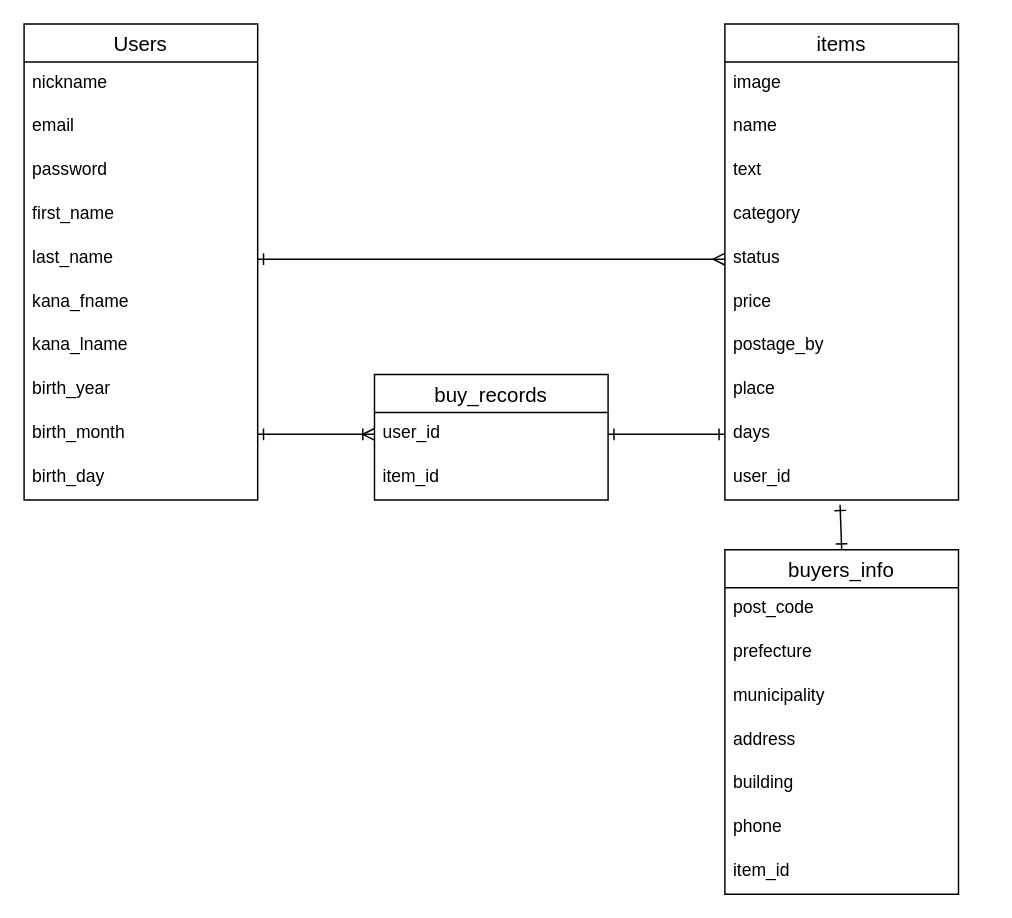
Above: ER.dio in minidebu/furima-37327 (draw.io), before the change. Source tidied: cells renumbered, new cells numbered last; positions are measured from the earlier drawing's top-left corner, leaving out a move shared by most shapes. Both pictures are drawn from the tidied source at 146%, with x=0, y=0 at pixel (23, 23).
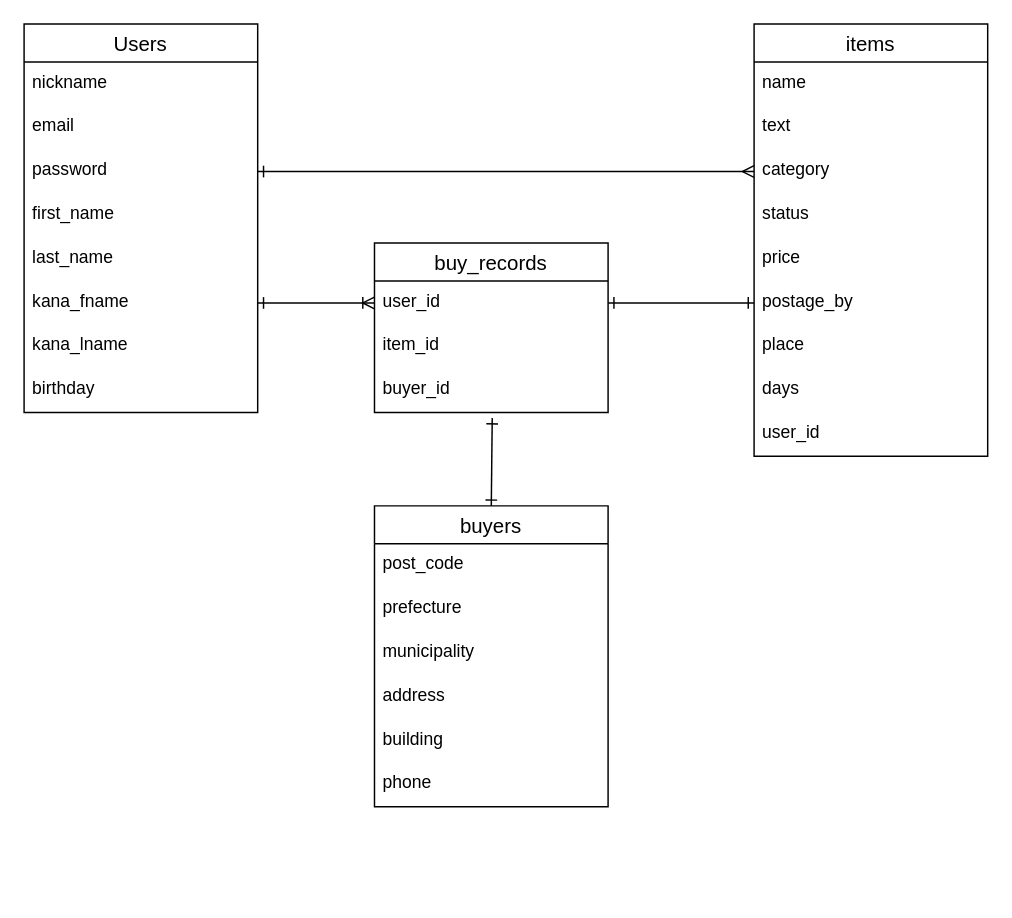
After the change.

Unchanged cells that the change refers to:
```xml
<mxCell id="5" value="password" style="text;strokeColor=none;fillColor=none;spacingLeft=4;spacingRight=4;overflow=hidden;points=[[0,0.5],[1,0.5]];portConstraint=eastwest;fontSize=12;" parent="2" vertex="1">
  <mxGeometry y="86" width="160" height="30" as="geometry" />
</mxCell>
<mxCell id="7" value="last_name" style="text;strokeColor=none;fillColor=none;spacingLeft=4;spacingRight=4;overflow=hidden;points=[[0,0.5],[1,0.5]];portConstraint=eastwest;fontSize=12;" parent="2" vertex="1">
  <mxGeometry y="146" width="160" height="30" as="geometry" />
</mxCell>
<mxCell id="8" value="kana_fname" style="text;strokeColor=none;fillColor=none;spacingLeft=4;spacingRight=4;overflow=hidden;points=[[0,0.5],[1,0.5]];portConstraint=eastwest;fontSize=12;" parent="2" vertex="1">
  <mxGeometry y="176" width="160" height="30" as="geometry" />
</mxCell>
<mxCell id="34" value="user_id" style="text;strokeColor=none;fillColor=none;spacingLeft=4;spacingRight=4;overflow=hidden;points=[[0,0.5],[1,0.5]];portConstraint=eastwest;fontSize=12;" parent="33" vertex="1">
  <mxGeometry y="26" width="160" height="30" as="geometry" />
</mxCell>
```

What changed in the source:
```diff
@@
     <mxCell id="2" value="Users" style="swimlane;fontStyle=0;horizontal=1;startSize=26;align=center;fontSize=14;" parent="1" vertex="1">
-      <mxGeometry width="160" height="326" as="geometry" />
+      <mxGeometry width="160" height="266" as="geometry" />
     </mxCell>
@@
-    <mxCell id="10" value="birth_year" style="text;strokeColor=none;fillColor=none;spacingLeft=4;spacingRight=4;overflow=hidden;fontSize=12;" parent="2" vertex="1">
+    <mxCell id="10" value="birthday" style="text;strokeColor=none;fillColor=none;spacingLeft=4;spacingRight=4;overflow=hidden;fontSize=12;" parent="2" vertex="1">
       <mxGeometry y="236" width="160" height="30" as="geometry" />
     </mxCell>
-    <mxCell id="11" value="birth_month" style="text;strokeColor=none;fillColor=none;spacingLeft=4;spacingRight=4;overflow=hidden;points=[[0,0.5],[1,0.5]];portConstraint=eastwest;fontSize=12;" parent="2" vertex="1">
-      <mxGeometry y="266" width="160" height="30" as="geometry" />
-    </mxCell>
-    <mxCell id="12" value="birth_day" style="text;strokeColor=none;fillColor=none;spacingLeft=4;spacingRight=4;overflow=hidden;fontSize=12;" parent="2" vertex="1">
-      <mxGeometry y="296" width="160" height="30" as="geometry" />
-    </mxCell>
-    <mxCell id="13" style="edgeStyle=none;html=1;exitX=0.5;exitY=0;exitDx=0;exitDy=0;entryX=0.493;entryY=1.107;entryDx=0;entryDy=0;entryPerimeter=0;startArrow=ERone;startFill=0;endArrow=ERone;endFill=0;" parent="1" edge="1" source="14" target="32">
-      <mxGeometry relative="1" as="geometry" />
-    </mxCell>
+    <mxCell id="39" style="edgeStyle=none;html=1;exitX=0.5;exitY=0;exitDx=0;exitDy=0;entryX=0.504;entryY=1.127;entryDx=0;entryDy=0;entryPerimeter=0;startArrow=ERone;startFill=0;endArrow=ERone;endFill=0;" parent="1" edge="1" source="14" target="40">
+      <mxGeometry relative="1" as="geometry" />
+    </mxCell>
-    <mxCell id="14" value="buyers_info" style="swimlane;fontStyle=0;horizontal=1;startSize=26;align=center;fontSize=14;" parent="1" vertex="1">
-      <mxGeometry x="480" y="360" width="160" height="236" as="geometry" />
+    <mxCell id="14" value="buyers" style="swimlane;fontStyle=0;horizontal=1;startSize=26;align=center;fontSize=14;" parent="1" vertex="1">
+      <mxGeometry x="240" y="330" width="160" height="206" as="geometry" />
     </mxCell>
@@
-    <mxCell id="21" value="item_id" style="text;strokeColor=none;fillColor=none;spacingLeft=4;spacingRight=4;overflow=hidden;fontSize=12;" parent="14" vertex="1">
-      <mxGeometry y="206" width="160" height="30" as="geometry" />
-    </mxCell>
     <mxCell id="22" value="items" style="swimlane;fontStyle=0;horizontal=1;startSize=26;align=center;fontSize=14;" parent="1" vertex="1">
-      <mxGeometry x="480" width="160" height="326" as="geometry" />
+      <mxGeometry x="500" width="160" height="296" as="geometry" />
     </mxCell>
-    <mxCell id="23" value="image" style="text;strokeColor=none;fillColor=none;spacingLeft=4;spacingRight=4;overflow=hidden;fontSize=12;" parent="22" vertex="1">
-      <mxGeometry y="26" width="160" height="30" as="geometry" />
-    </mxCell>
     <mxCell id="24" value="name" style="text;strokeColor=none;fillColor=none;spacingLeft=4;spacingRight=4;overflow=hidden;fontSize=12;" parent="22" vertex="1">
-      <mxGeometry y="56" width="160" height="30" as="geometry" />
+      <mxGeometry y="26" width="160" height="30" as="geometry" />
     </mxCell>
     <mxCell id="25" value="text" style="text;strokeColor=none;fillColor=none;spacingLeft=4;spacingRight=4;overflow=hidden;fontSize=12;" parent="22" vertex="1">
-      <mxGeometry y="86" width="160" height="30" as="geometry" />
+      <mxGeometry y="56" width="160" height="30" as="geometry" />
     </mxCell>
     <mxCell id="26" value="category" style="text;strokeColor=none;fillColor=none;spacingLeft=4;spacingRight=4;overflow=hidden;points=[[0,0.5],[1,0.5]];portConstraint=eastwest;fontSize=12;" parent="22" vertex="1">
-      <mxGeometry y="116" width="160" height="30" as="geometry" />
+      <mxGeometry y="86" width="160" height="30" as="geometry" />
     </mxCell>
     <mxCell id="27" value="status" style="text;strokeColor=none;fillColor=none;spacingLeft=4;spacingRight=4;overflow=hidden;points=[[0,0.5],[1,0.5]];portConstraint=eastwest;fontSize=12;" parent="22" vertex="1">
-      <mxGeometry y="146" width="160" height="30" as="geometry" />
+      <mxGeometry y="116" width="160" height="30" as="geometry" />
     </mxCell>
     <mxCell id="28" value="price" style="text;strokeColor=none;fillColor=none;spacingLeft=4;spacingRight=4;overflow=hidden;fontSize=12;" parent="22" vertex="1">
-      <mxGeometry y="176" width="160" height="30" as="geometry" />
+      <mxGeometry y="146" width="160" height="30" as="geometry" />
     </mxCell>
     <mxCell id="29" value="postage_by" style="text;strokeColor=none;fillColor=none;spacingLeft=4;spacingRight=4;overflow=hidden;points=[[0,0.5],[1,0.5]];portConstraint=eastwest;fontSize=12;" parent="22" vertex="1">
-      <mxGeometry y="206" width="160" height="30" as="geometry" />
+      <mxGeometry y="176" width="160" height="30" as="geometry" />
     </mxCell>
     <mxCell id="30" value="place" style="text;strokeColor=none;fillColor=none;spacingLeft=4;spacingRight=4;overflow=hidden;fontSize=12;" parent="22" vertex="1">
-      <mxGeometry y="236" width="160" height="30" as="geometry" />
+      <mxGeometry y="206" width="160" height="30" as="geometry" />
     </mxCell>
     <mxCell id="31" value="days" style="text;strokeColor=none;fillColor=none;spacingLeft=4;spacingRight=4;overflow=hidden;points=[[0,0.5],[1,0.5]];portConstraint=eastwest;fontSize=12;" parent="22" vertex="1">
-      <mxGeometry y="266" width="160" height="30" as="geometry" />
+      <mxGeometry y="236" width="160" height="30" as="geometry" />
     </mxCell>
     <mxCell id="32" value="user_id" style="text;strokeColor=none;fillColor=none;spacingLeft=4;spacingRight=4;overflow=hidden;points=[[0,0.5],[1,0.5]];portConstraint=eastwest;fontSize=12;" parent="22" vertex="1">
-      <mxGeometry y="296" width="160" height="30" as="geometry" />
+      <mxGeometry y="266" width="160" height="30" as="geometry" />
     </mxCell>
     <mxCell id="33" value="buy_records" style="swimlane;fontStyle=0;horizontal=1;startSize=26;align=center;fontSize=14;" parent="1" vertex="1">
-      <mxGeometry x="240" y="240" width="160" height="86" as="geometry" />
+      <mxGeometry x="240" y="150" width="160" height="116" as="geometry" />
     </mxCell>
@@
+    <mxCell id="40" value="buyer_id" style="text;strokeColor=none;fillColor=none;spacingLeft=4;spacingRight=4;overflow=hidden;points=[[0,0.5],[1,0.5]];portConstraint=eastwest;fontSize=12;" parent="33" vertex="1">
+      <mxGeometry y="86" width="160" height="30" as="geometry" />
+    </mxCell>
-    <mxCell id="36" style="edgeStyle=none;html=1;exitX=1;exitY=0.5;exitDx=0;exitDy=0;entryX=0;entryY=0.5;entryDx=0;entryDy=0;startArrow=ERone;startFill=0;endArrow=ERmany;endFill=0;" parent="1" edge="1" source="7" target="27">
+    <mxCell id="36" style="edgeStyle=none;html=1;exitX=1;exitY=0.5;exitDx=0;exitDy=0;entryX=0;entryY=0.5;entryDx=0;entryDy=0;startArrow=ERone;startFill=0;endArrow=ERmany;endFill=0;" parent="1" edge="1" source="5" target="26">
       <mxGeometry relative="1" as="geometry" />
     </mxCell>
-    <mxCell id="37" style="edgeStyle=none;html=1;exitX=1;exitY=0.5;exitDx=0;exitDy=0;entryX=0;entryY=0.5;entryDx=0;entryDy=0;startArrow=ERone;startFill=0;endArrow=ERoneToMany;endFill=0;" parent="1" edge="1" source="11" target="34">
+    <mxCell id="37" style="edgeStyle=none;html=1;entryX=0;entryY=0.5;entryDx=0;entryDy=0;startArrow=ERone;startFill=0;endArrow=ERoneToMany;endFill=0;" parent="1" edge="1" source="8" target="34">
       <mxGeometry relative="1" as="geometry" />
     </mxCell>
-    <mxCell id="38" style="edgeStyle=none;html=1;exitX=1;exitY=0.5;exitDx=0;exitDy=0;entryX=0;entryY=0.5;entryDx=0;entryDy=0;startArrow=ERone;startFill=0;endArrow=ERone;endFill=0;" parent="1" edge="1" source="34" target="31">
+    <mxCell id="38" style="edgeStyle=none;html=1;exitX=1;exitY=0.5;exitDx=0;exitDy=0;entryX=0;entryY=0.5;entryDx=0;entryDy=0;startArrow=ERone;startFill=0;endArrow=ERone;endFill=0;" parent="1" edge="1" source="34" target="29">
       <mxGeometry relative="1" as="geometry" />
     </mxCell>
```
